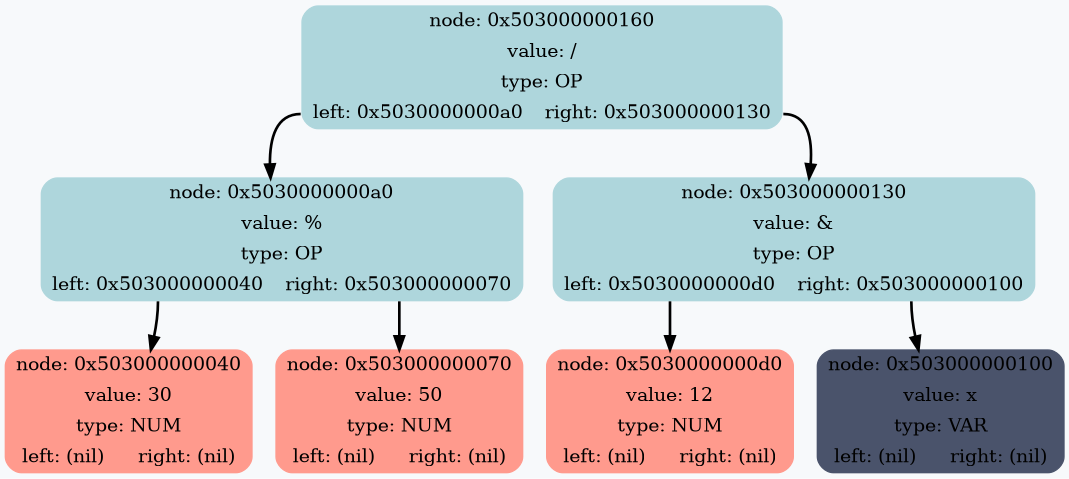
Earlier version of the Graphviz export DiffDump.png (RTCupid/Differentiator). Its source is kept beside it as DiffDump.dot.
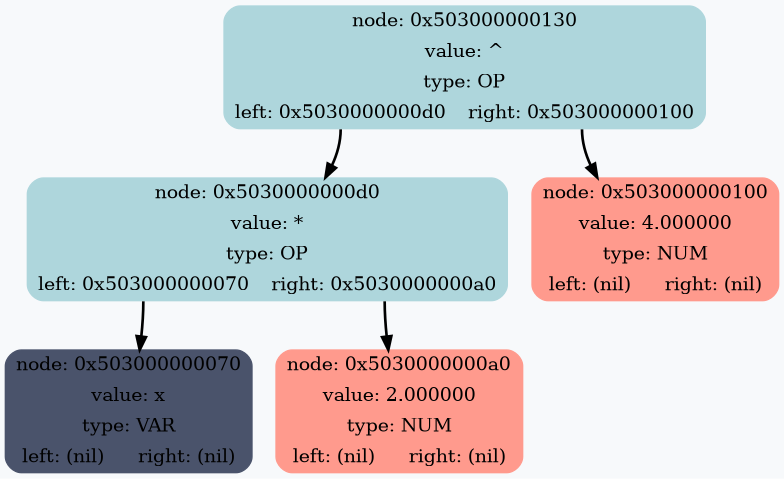
Above is the later version.

Change to the diagram source:
```diff
@@ -1,17 +1,13 @@
 digraph G {
 	rankdir = HR;
 	bgcolor="#F7F9FB"
-	 node0x503000000160 [shape=Mrecord; style=filled; color="#aed6dc"; label =  "{node: 0x503000000160 | value: / | type: OP | {<left>left: 0x5030000000a0 | <right>right: 0x503000000130}  }" ];
-	 node0x503000000160:<left> -> node0x5030000000a0 [style=bold; weight=1000; ];
-	 node0x503000000160:<right> -> node0x503000000130 [style=bold; weight=1000; ];
-	 node0x5030000000a0 [shape=Mrecord; style=filled; color="#aed6dc"; label =  "{node: 0x5030000000a0 | value: % | type: OP | {<left>left: 0x503000000040 | <right>right: 0x503000000070}  }" ];
-	 node0x5030000000a0:<left> -> node0x503000000040 [style=bold; weight=1000; ];
-	 node0x5030000000a0:<right> -> node0x503000000070 [style=bold; weight=1000; ];
-	 node0x503000000040 [shape=Mrecord; style=filled; color="#ff9a8d"; label =  "{node: 0x503000000040 | value: 30 | type: NUM | {<left>left: (nil) | <right>right: (nil)}  }" ];
-	 node0x503000000070 [shape=Mrecord; style=filled; color="#ff9a8d"; label =  "{node: 0x503000000070 | value: 50 | type: NUM | {<left>left: (nil) | <right>right: (nil)}  }" ];
-	 node0x503000000130 [shape=Mrecord; style=filled; color="#aed6dc"; label =  "{node: 0x503000000130 | value: & | type: OP | {<left>left: 0x5030000000d0 | <right>right: 0x503000000100}  }" ];
+	 node0x503000000130 [shape=Mrecord; style=filled; color="#aed6dc"; label =  "{node: 0x503000000130 | value: ^ | type: OP | {<left>left: 0x5030000000d0 | <right>right: 0x503000000100}  }" ];
 	 node0x503000000130:<left> -> node0x5030000000d0 [style=bold; weight=1000; ];
 	 node0x503000000130:<right> -> node0x503000000100 [style=bold; weight=1000; ];
-	 node0x5030000000d0 [shape=Mrecord; style=filled; color="#ff9a8d"; label =  "{node: 0x5030000000d0 | value: 12 | type: NUM | {<left>left: (nil) | <right>right: (nil)}  }" ];
-	 node0x503000000100 [shape=Mrecord; style=filled; color="#4a536b"; label =  "{node: 0x503000000100 | value: x | type: VAR | {<left>left: (nil) | <right>right: (nil)}  }" ];
+	 node0x5030000000d0 [shape=Mrecord; style=filled; color="#aed6dc"; label =  "{node: 0x5030000000d0 | value: * | type: OP | {<left>left: 0x503000000070 | <right>right: 0x5030000000a0}  }" ];
+	 node0x5030000000d0:<left> -> node0x503000000070 [style=bold; weight=1000; ];
+	 node0x5030000000d0:<right> -> node0x5030000000a0 [style=bold; weight=1000; ];
+	 node0x503000000070 [shape=Mrecord; style=filled; color="#4a536b"; label =  "{node: 0x503000000070 | value: x | type: VAR | {<left>left: (nil) | <right>right: (nil)}  }" ];
+	 node0x5030000000a0 [shape=Mrecord; style=filled; color="#ff9a8d"; label =  "{node: 0x5030000000a0 | value: 2.000000 | type: NUM | {<left>left: (nil) | <right>right: (nil)}  }" ];
+	 node0x503000000100 [shape=Mrecord; style=filled; color="#ff9a8d"; label =  "{node: 0x503000000100 | value: 4.000000 | type: NUM | {<left>left: (nil) | <right>right: (nil)}  }" ];
 }
```
